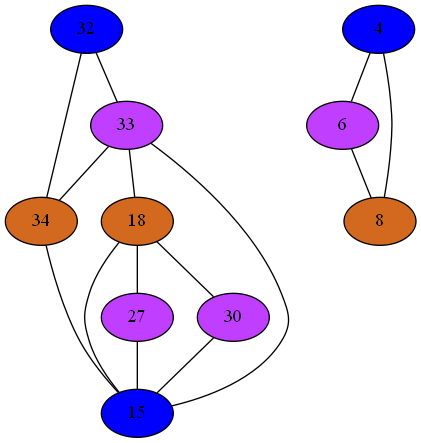
The Graphviz diagram Compiler/10iGraph.png in mbajaj92/Project-Astoria, before a commit. Its source is kept beside it as Compiler/10iGraph.dot.
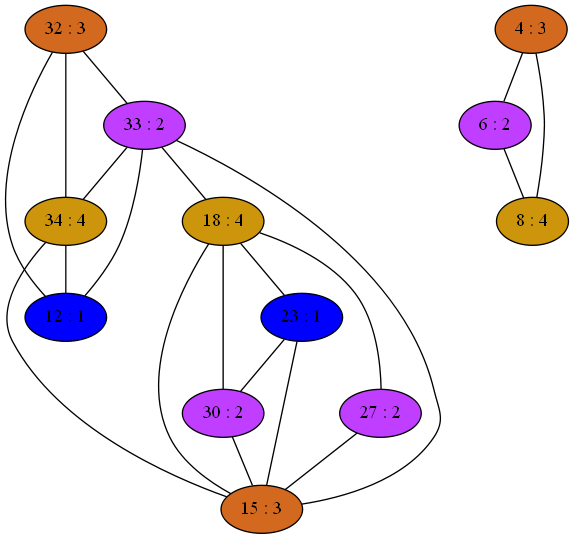
After the commit.

Diff of the diagram source:
```diff
@@ -1,40 +1,54 @@
 strict graph {
-32[label="32" style=filled fillcolor="blue1"];
+32[label="32 : 3" style=filled fillcolor="chocolate"];
 32 -- 33
 32 -- 34
-33[label="33" style=filled fillcolor="darkorchid1"];
+32 -- 12
+33[label="33 : 2" style=filled fillcolor="darkorchid1"];
 33 -- 32
 33 -- 34
 33 -- 18
+33 -- 12
 33 -- 15
-34[label="34" style=filled fillcolor="chocolate"];
+34[label="34 : 4" style=filled fillcolor="darkgoldenrod3"];
 34 -- 32
 34 -- 33
+34 -- 12
 34 -- 15
-18[label="18" style=filled fillcolor="chocolate"];
+18[label="18 : 4" style=filled fillcolor="darkgoldenrod3"];
 18 -- 33
+18 -- 23
 18 -- 27
 18 -- 30
 18 -- 15
-4[label="4" style=filled fillcolor="blue1"];
+4[label="4 : 3" style=filled fillcolor="chocolate"];
 4 -- 6
 4 -- 8
-6[label="6" style=filled fillcolor="darkorchid1"];
+6[label="6 : 2" style=filled fillcolor="darkorchid1"];
 6 -- 4
 6 -- 8
-8[label="8" style=filled fillcolor="chocolate"];
+23[label="23 : 1" style=filled fillcolor="blue1"];
+23 -- 18
+23 -- 30
+23 -- 15
+8[label="8 : 4" style=filled fillcolor="darkgoldenrod3"];
 8 -- 4
 8 -- 6
-27[label="27" style=filled fillcolor="darkorchid1"];
+27[label="27 : 2" style=filled fillcolor="darkorchid1"];
 27 -- 18
 27 -- 15
-30[label="30" style=filled fillcolor="darkorchid1"];
+12[label="12 : 1" style=filled fillcolor="blue1"];
+12 -- 32
+12 -- 33
+12 -- 34
+30[label="30 : 2" style=filled fillcolor="darkorchid1"];
 30 -- 18
+30 -- 23
 30 -- 15
-15[label="15" style=filled fillcolor="blue1"];
+15[label="15 : 3" style=filled fillcolor="chocolate"];
 15 -- 33
 15 -- 18
 15 -- 34
+15 -- 23
 15 -- 27
 15 -- 30
 }
```
